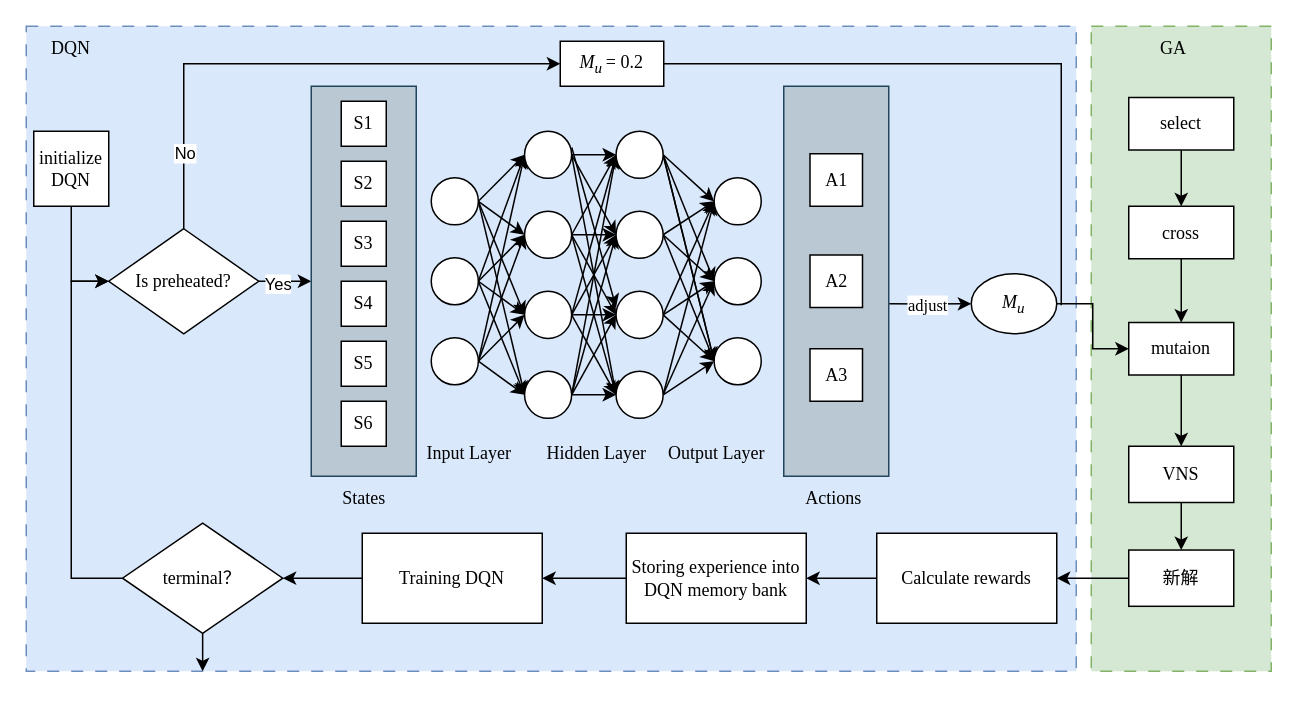
Above: DQN.drawio in aslongaslihappy/algorithm (draw.io), before the change. Source tidied: cells renumbered, new cells numbered last; positions are measured from the earlier drawing's top-left corner, leaving out a move shared by most shapes. Both pictures are drawn from the tidied source at 150%, with x=0, y=0 at pixel (26, 26).
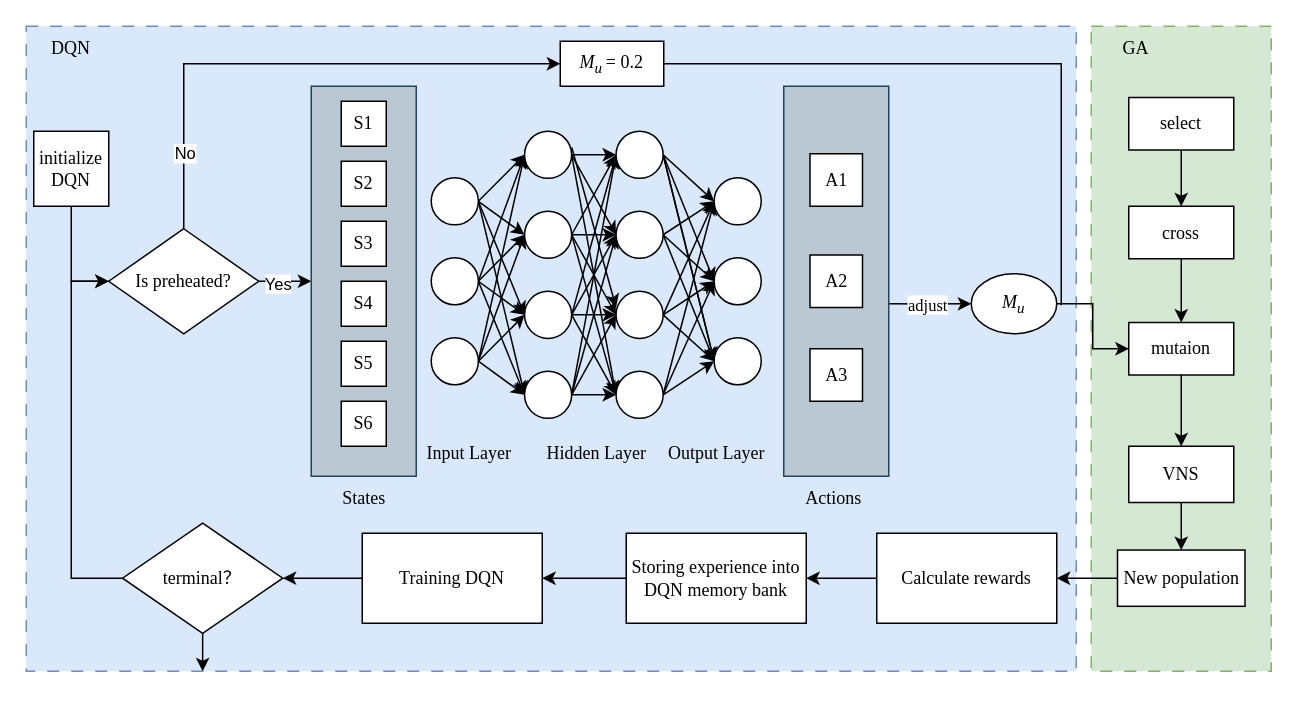
The same diagram, later.

The edit, as a diff of the source:
```diff
@@
     <mxCell id="100" value="GA" style="text;html=1;align=center;verticalAlign=middle;whiteSpace=wrap;rounded=0;fontFamily=Times New Roman;" parent="1" vertex="1">
-      <mxGeometry x="735" width="60" height="30" as="geometry" />
+      <mxGeometry x="710" width="60" height="30" as="geometry" />
     </mxCell>
@@
-    <mxCell id="110" value="新解" style="rounded=0;whiteSpace=wrap;html=1;fontFamily=Times New Roman;" parent="1" vertex="1">
-      <mxGeometry x="735" y="349.2" width="70" height="37.5" as="geometry" />
+    <mxCell id="110" value="New&amp;nbsp;population" style="rounded=0;whiteSpace=wrap;html=1;fontFamily=Times New Roman;" parent="1" vertex="1">
+      <mxGeometry x="727.5" y="349.2" width="85" height="37.5" as="geometry" />
     </mxCell>
```
